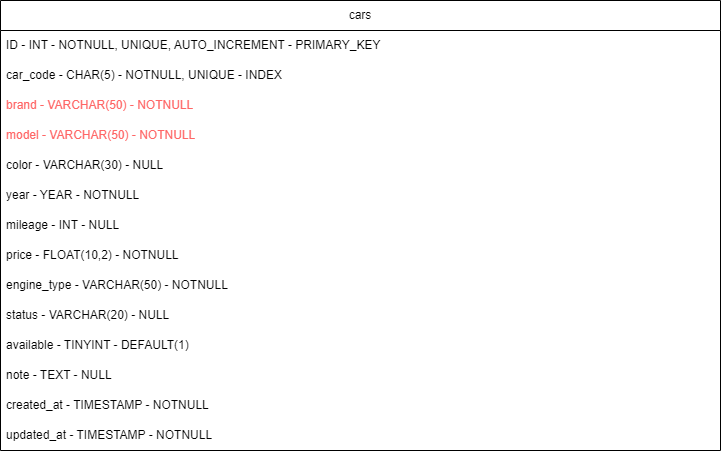
Earlier version of the draw.io export carDB_sketch.drawio.png (matteo-rossi90/db-first). Source tidied: cells renumbered, new cells last; positions are measured from the earlier drawing's top-left corner, leaving out a move shared by most shapes. Its diagram source:
```xml
<mxGraphModel>
  <root>
    <mxCell id="0" />
    <mxCell id="1" parent="0" />
    <mxCell id="2" value="cars" style="swimlane;fontStyle=0;horizontal=1;startSize=30;whiteSpace=wrap;html=1;" parent="1" vertex="1">
      <mxGeometry width="720" height="450" as="geometry" />
    </mxCell>
    <mxCell id="3" value="ID - INT - NOTNULL, UNIQUE, AUTO_INCREMENT - PRIMARY_KEY" style="text;strokeColor=none;fillColor=none;align=left;verticalAlign=middle;spacingLeft=4;spacingRight=4;overflow=hidden;whiteSpace=wrap;html=1;" parent="2" vertex="1">
      <mxGeometry y="30" width="720" height="30" as="geometry" />
    </mxCell>
    <mxCell id="4" value="car_code - CHAR(5) - NOTNULL, UNIQUE - INDEX&amp;nbsp;" style="text;strokeColor=none;fillColor=none;align=left;verticalAlign=middle;spacingLeft=4;spacingRight=4;overflow=hidden;whiteSpace=wrap;html=1;" parent="2" vertex="1">
      <mxGeometry y="60" width="720" height="30" as="geometry" />
    </mxCell>
    <mxCell id="5" value="&lt;font color=&quot;#ff6666&quot;&gt;brand - VARCHAR(50) - NOTNULL&lt;/font&gt;" style="text;strokeColor=none;fillColor=none;align=left;verticalAlign=middle;spacingLeft=4;spacingRight=4;overflow=hidden;whiteSpace=wrap;html=1;" parent="2" vertex="1">
      <mxGeometry y="90" width="720" height="30" as="geometry" />
    </mxCell>
    <mxCell id="6" value="&lt;font color=&quot;#ff6666&quot;&gt;model - VARCHAR(50) - NOTNULL&lt;/font&gt;" style="text;strokeColor=none;fillColor=none;align=left;verticalAlign=middle;spacingLeft=4;spacingRight=4;overflow=hidden;whiteSpace=wrap;html=1;" parent="2" vertex="1">
      <mxGeometry y="120" width="720" height="30" as="geometry" />
    </mxCell>
    <mxCell id="7" value="color - VARCHAR(30) - NULL" style="text;strokeColor=none;fillColor=none;align=left;verticalAlign=middle;spacingLeft=4;spacingRight=4;overflow=hidden;whiteSpace=wrap;html=1;" parent="2" vertex="1">
      <mxGeometry y="150" width="720" height="30" as="geometry" />
    </mxCell>
    <mxCell id="8" value="year - YEAR - NOTNULL" style="text;strokeColor=none;fillColor=none;align=left;verticalAlign=middle;spacingLeft=4;spacingRight=4;overflow=hidden;whiteSpace=wrap;html=1;" parent="2" vertex="1">
      <mxGeometry y="180" width="720" height="30" as="geometry" />
    </mxCell>
    <mxCell id="9" value="mileage - INT - NULL" style="text;strokeColor=none;fillColor=none;align=left;verticalAlign=middle;spacingLeft=4;spacingRight=4;overflow=hidden;whiteSpace=wrap;html=1;" parent="2" vertex="1">
      <mxGeometry y="210" width="720" height="30" as="geometry" />
    </mxCell>
    <mxCell id="10" value="price - FLOAT(10,2) - NOTNULL&amp;nbsp;" style="text;strokeColor=none;fillColor=none;align=left;verticalAlign=middle;spacingLeft=4;spacingRight=4;overflow=hidden;whiteSpace=wrap;html=1;" parent="2" vertex="1">
      <mxGeometry y="240" width="720" height="30" as="geometry" />
    </mxCell>
    <mxCell id="11" value="engine_type - VARCHAR(50) - NOTNULL" style="text;strokeColor=none;fillColor=none;align=left;verticalAlign=middle;spacingLeft=4;spacingRight=4;overflow=hidden;whiteSpace=wrap;html=1;" parent="2" vertex="1">
      <mxGeometry y="270" width="720" height="30" as="geometry" />
    </mxCell>
    <mxCell id="12" value="status - VARCHAR(20) - NULL&amp;nbsp;" style="text;strokeColor=none;fillColor=none;align=left;verticalAlign=middle;spacingLeft=4;spacingRight=4;overflow=hidden;whiteSpace=wrap;html=1;" parent="2" vertex="1">
      <mxGeometry y="300" width="720" height="30" as="geometry" />
    </mxCell>
    <mxCell id="13" value="available - TINYINT - DEFAULT(1)" style="text;strokeColor=none;fillColor=none;align=left;verticalAlign=middle;spacingLeft=4;spacingRight=4;overflow=hidden;whiteSpace=wrap;html=1;" parent="2" vertex="1">
      <mxGeometry y="330" width="720" height="30" as="geometry" />
    </mxCell>
    <mxCell id="14" value="note - TEXT - NULL" style="text;strokeColor=none;fillColor=none;align=left;verticalAlign=middle;spacingLeft=4;spacingRight=4;overflow=hidden;whiteSpace=wrap;html=1;" parent="2" vertex="1">
      <mxGeometry y="360" width="720" height="30" as="geometry" />
    </mxCell>
    <mxCell id="15" value="created_at - TIMESTAMP - NOTNULL" style="text;strokeColor=none;fillColor=none;align=left;verticalAlign=middle;spacingLeft=4;spacingRight=4;overflow=hidden;whiteSpace=wrap;html=1;" parent="2" vertex="1">
      <mxGeometry y="390" width="720" height="30" as="geometry" />
    </mxCell>
    <mxCell id="16" value="updated_at - TIMESTAMP - NOTNULL" style="text;strokeColor=none;fillColor=none;align=left;verticalAlign=middle;spacingLeft=4;spacingRight=4;overflow=hidden;whiteSpace=wrap;html=1;" parent="2" vertex="1">
      <mxGeometry y="420" width="720" height="30" as="geometry" />
    </mxCell>
  </root>
</mxGraphModel>
```
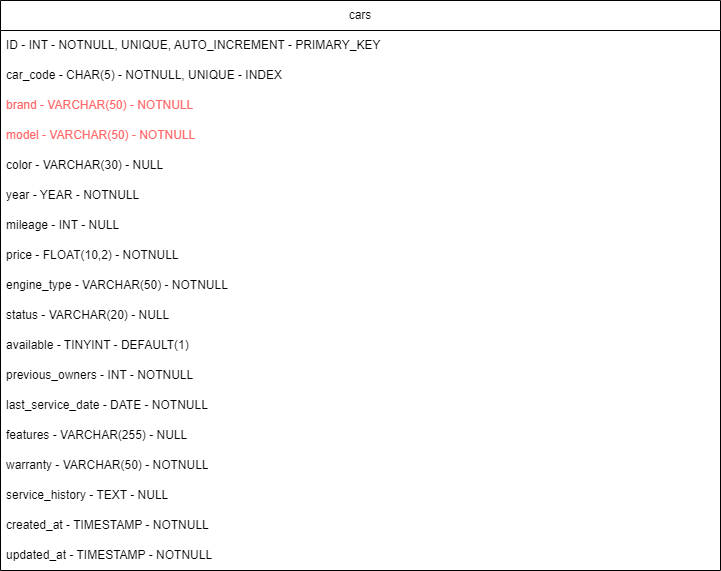
Later version of the same file.

Change to the diagram source:
```diff
@@ -3,7 +3,7 @@
     <mxCell id="0" />
     <mxCell id="1" parent="0" />
     <mxCell id="2" value="cars" style="swimlane;fontStyle=0;horizontal=1;startSize=30;whiteSpace=wrap;html=1;" parent="1" vertex="1">
-      <mxGeometry width="720" height="450" as="geometry" />
+      <mxGeometry width="720" height="570" as="geometry" />
     </mxCell>
     <mxCell id="3" value="ID - INT - NOTNULL, UNIQUE, AUTO_INCREMENT - PRIMARY_KEY" style="text;strokeColor=none;fillColor=none;align=left;verticalAlign=middle;spacingLeft=4;spacingRight=4;overflow=hidden;whiteSpace=wrap;html=1;" parent="2" vertex="1">
       <mxGeometry y="30" width="720" height="30" as="geometry" />
@@ -38,14 +38,26 @@
     <mxCell id="13" value="available - TINYINT - DEFAULT(1)" style="text;strokeColor=none;fillColor=none;align=left;verticalAlign=middle;spacingLeft=4;spacingRight=4;overflow=hidden;whiteSpace=wrap;html=1;" parent="2" vertex="1">
       <mxGeometry y="330" width="720" height="30" as="geometry" />
     </mxCell>
-    <mxCell id="14" value="note - TEXT - NULL" style="text;strokeColor=none;fillColor=none;align=left;verticalAlign=middle;spacingLeft=4;spacingRight=4;overflow=hidden;whiteSpace=wrap;html=1;" parent="2" vertex="1">
+    <mxCell id="14" value="previous_owners - INT - NOTNULL" style="text;strokeColor=none;fillColor=none;align=left;verticalAlign=middle;spacingLeft=4;spacingRight=4;overflow=hidden;whiteSpace=wrap;html=1;" parent="2" vertex="1">
       <mxGeometry y="360" width="720" height="30" as="geometry" />
     </mxCell>
+    <mxCell id="17" value="last_service_date - DATE - NOTNULL" style="text;strokeColor=none;fillColor=none;align=left;verticalAlign=middle;spacingLeft=4;spacingRight=4;overflow=hidden;whiteSpace=wrap;html=1;" parent="2" vertex="1">
+      <mxGeometry y="390" width="720" height="30" as="geometry" />
+    </mxCell>
+    <mxCell id="18" value="features - VARCHAR(255) - NULL" style="text;strokeColor=none;fillColor=none;align=left;verticalAlign=middle;spacingLeft=4;spacingRight=4;overflow=hidden;whiteSpace=wrap;html=1;" parent="2" vertex="1">
+      <mxGeometry y="420" width="720" height="30" as="geometry" />
+    </mxCell>
+    <mxCell id="19" value="warranty - VARCHAR(50) - NOTNULL" style="text;strokeColor=none;fillColor=none;align=left;verticalAlign=middle;spacingLeft=4;spacingRight=4;overflow=hidden;whiteSpace=wrap;html=1;" parent="2" vertex="1">
+      <mxGeometry y="450" width="720" height="30" as="geometry" />
+    </mxCell>
+    <mxCell id="20" value="service_history - TEXT - NULL" style="text;strokeColor=none;fillColor=none;align=left;verticalAlign=middle;spacingLeft=4;spacingRight=4;overflow=hidden;whiteSpace=wrap;html=1;" parent="2" vertex="1">
+      <mxGeometry y="480" width="720" height="30" as="geometry" />
+    </mxCell>
     <mxCell id="15" value="created_at - TIMESTAMP - NOTNULL" style="text;strokeColor=none;fillColor=none;align=left;verticalAlign=middle;spacingLeft=4;spacingRight=4;overflow=hidden;whiteSpace=wrap;html=1;" parent="2" vertex="1">
-      <mxGeometry y="390" width="720" height="30" as="geometry" />
+      <mxGeometry y="510" width="720" height="30" as="geometry" />
     </mxCell>
     <mxCell id="16" value="updated_at - TIMESTAMP - NOTNULL" style="text;strokeColor=none;fillColor=none;align=left;verticalAlign=middle;spacingLeft=4;spacingRight=4;overflow=hidden;whiteSpace=wrap;html=1;" parent="2" vertex="1">
-      <mxGeometry y="420" width="720" height="30" as="geometry" />
+      <mxGeometry y="540" width="720" height="30" as="geometry" />
     </mxCell>
   </root>
 </mxGraphModel>
```
